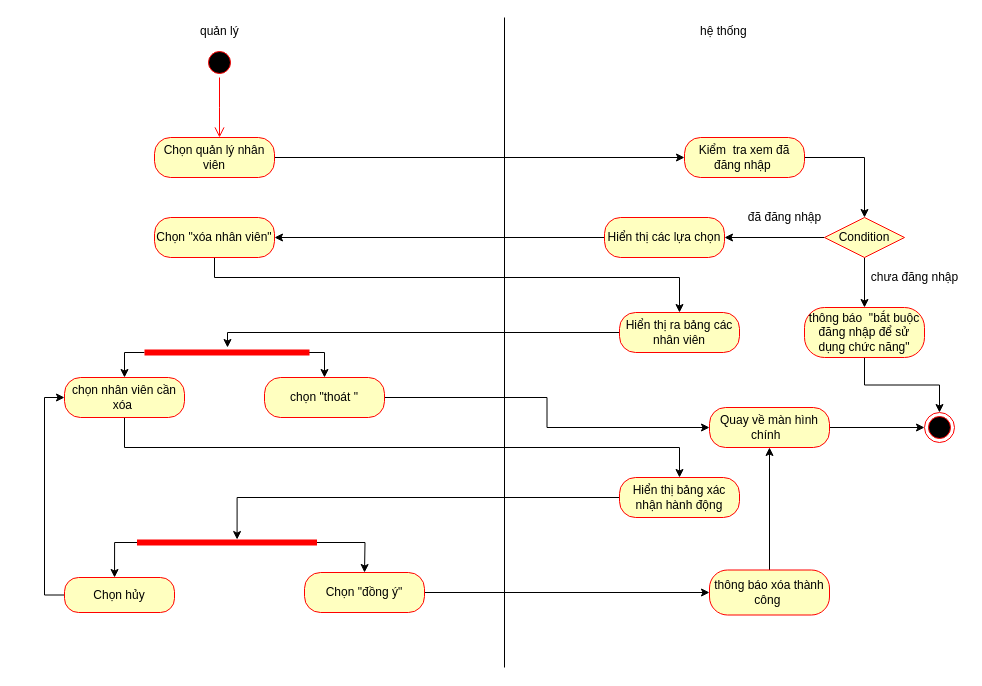
sonha1/aaaa keeps this draw.io diagram as page "Xóa nhân viên" (3 of 20) of Untitled Diagram.drawio. Above is the earlier version. Source tidied: cells renumbered, new cells numbered last; positions are measured from the earlier drawing's top-left corner, leaving out a move shared by most shapes. Both pictures are drawn from the tidied source at 100%, with x=0, y=0 at pixel (44, 17).
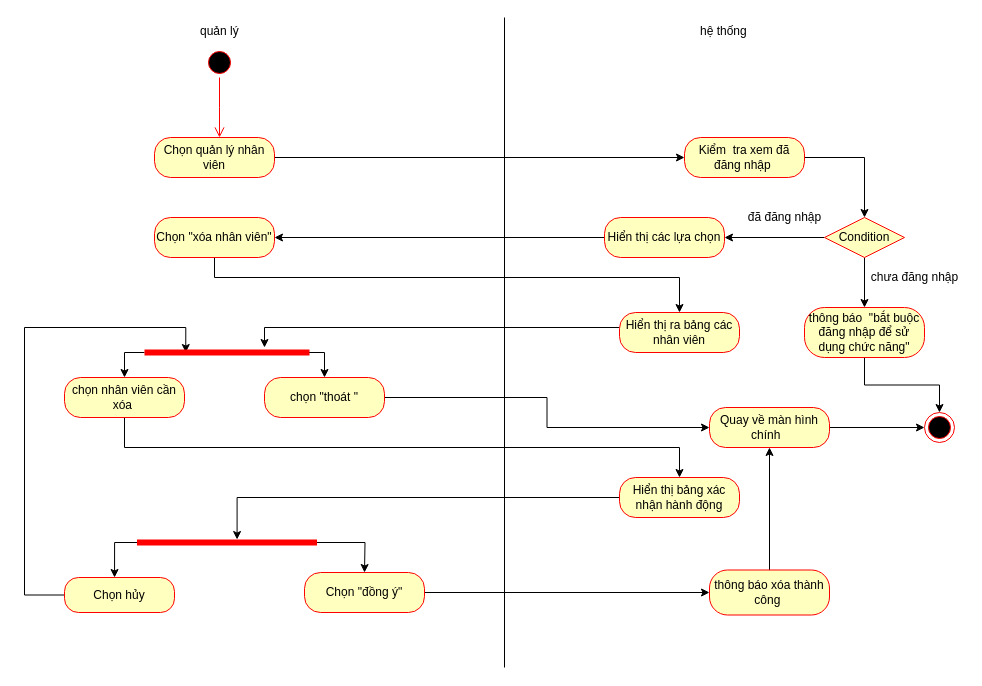
Above is the later version.

The change refers to these unchanged cells:
```xml
<mxCell id="22" value="Hiển thị ra bảng các nhân viên" style="rounded=1;whiteSpace=wrap;html=1;arcSize=40;fontColor=#000000;fillColor=#ffffc0;strokeColor=#ff0000;" parent="1" vertex="1">
  <mxGeometry x="575" y="295" width="120" height="40" as="geometry" />
</mxCell>
<mxCell id="33" value="Chọn hủy" style="rounded=1;whiteSpace=wrap;html=1;arcSize=40;fontColor=#000000;fillColor=#ffffc0;strokeColor=#ff0000;" parent="1" vertex="1">
  <mxGeometry x="20" y="560" width="110" height="35" as="geometry" />
</mxCell>
<mxCell id="39" value="chọn nhân viên cần xóa&amp;nbsp;" style="rounded=1;whiteSpace=wrap;html=1;arcSize=40;fontColor=#000000;fillColor=#ffffc0;strokeColor=#ff0000;" parent="1" vertex="1">
  <mxGeometry x="20" y="360" width="120" height="40" as="geometry" />
</mxCell>
<mxCell id="42" style="shape=line;html=1;strokeWidth=6;strokeColor=#ff0000;" parent="1" vertex="1">
  <mxGeometry x="100" y="330" width="165" height="10" as="geometry" />
</mxCell>
```

The edit, as a diff of the source:
```diff
@@
     <mxCell id="21" style="edgeStyle=orthogonalEdgeStyle;rounded=0;jettySize=auto;html=1;" parent="1" edge="1" source="22" target="42">
       <mxGeometry relative="1" as="geometry">
         <Array as="points">
-          <mxPoint x="183" y="315" />
+          <mxPoint x="220" y="310" />
         </Array>
       </mxGeometry>
     </mxCell>
@@
-    <mxCell id="32" style="edgeStyle=orthogonalEdgeStyle;rounded=0;jettySize=auto;html=1;entryX=0;entryY=0.5;entryDx=0;entryDy=0;" parent="1" edge="1" source="33" target="39">
-      <mxGeometry relative="1" as="geometry">
-        <Array as="points">
-          <mxPoint y="578" />
-          <mxPoint y="380" />
-        </Array>
-      </mxGeometry>
-    </mxCell>
+    <mxCell id="45" style="edgeStyle=orthogonalEdgeStyle;rounded=0;jettySize=auto;html=1;entryX=0.25;entryY=0.5;entryDx=0;entryDy=0;entryPerimeter=0;" parent="1" edge="1" source="33" target="42">
+      <mxGeometry relative="1" as="geometry">
+        <Array as="points">
+          <mxPoint x="-20" y="578" />
+          <mxPoint x="-20" y="310" />
+          <mxPoint x="141" y="310" />
+        </Array>
+      </mxGeometry>
+    </mxCell>
```
